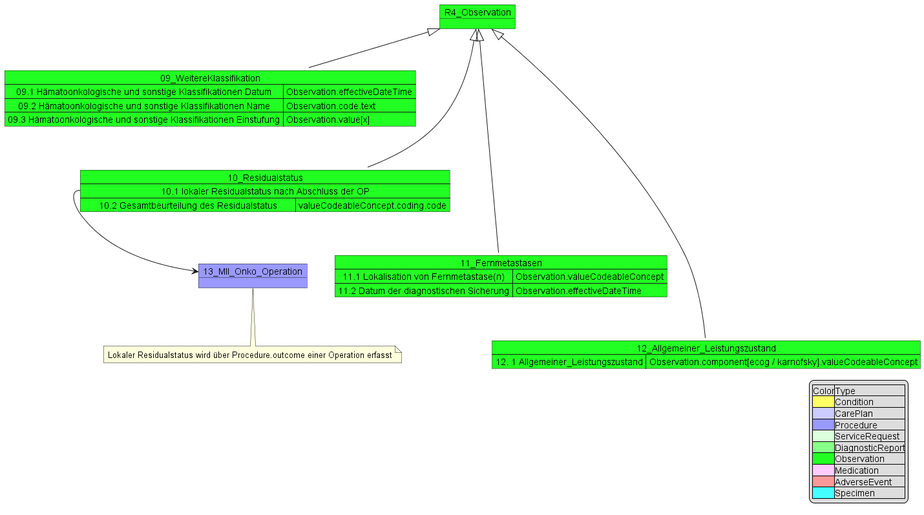
The PlantUML diagram input/images/MII_Onko_9-12_Observations.png in medizininformatik-initiative/kerndatensatzmodul-onkologie, before a commit.
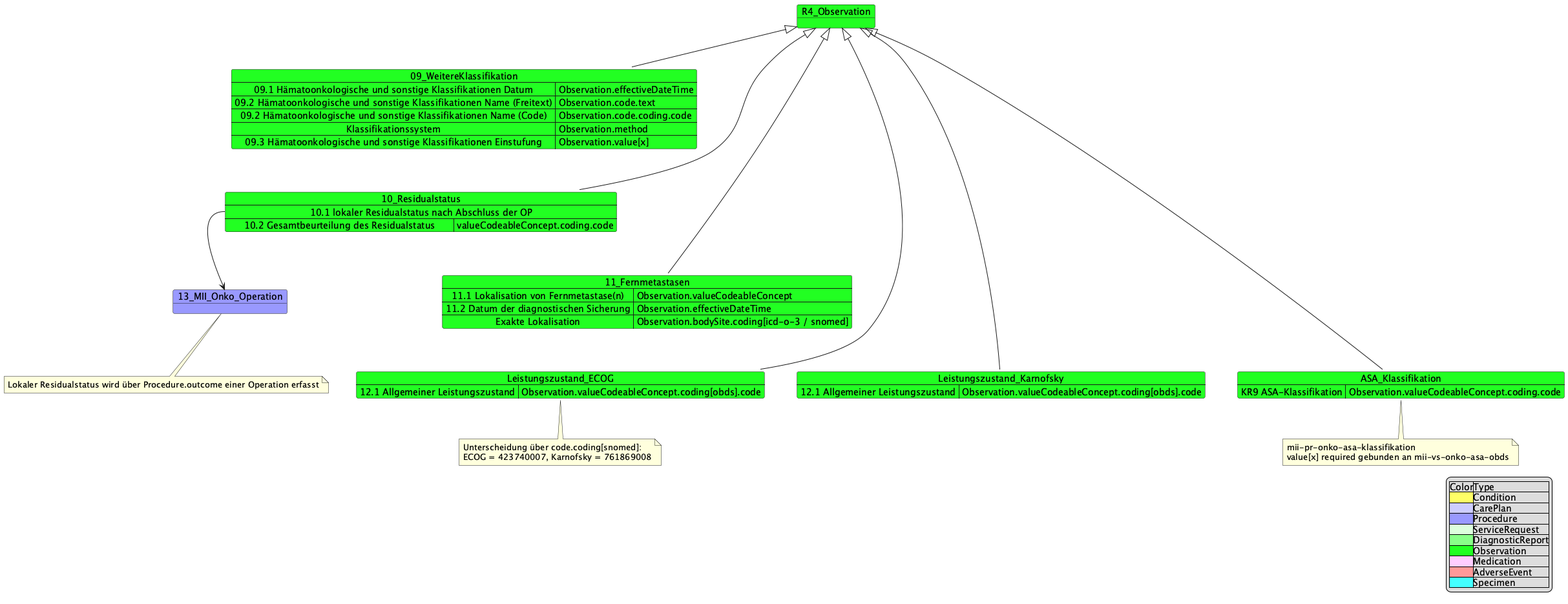
The same file after the commit.

Diff of the diagram source:
```diff
@@ -2,7 +2,9 @@
 object R4_Observation #22FF22
 Map 09_WeitereKlassifikation #22FF22 {
  09.1 Hämatoonkologische und sonstige Klassifikationen Datum => Observation.effectiveDateTime
- 09.2 Hämatoonkologische und sonstige Klassifikationen Name => Observation.code.text
+ 09.2 Hämatoonkologische und sonstige Klassifikationen Name (Freitext) => Observation.code.text
+ 09.2 Hämatoonkologische und sonstige Klassifikationen Name (Code) => Observation.code.coding.code
+ Klassifikationssystem => Observation.method
  09.3 Hämatoonkologische und sonstige Klassifikationen Einstufung => Observation.value[x]
 }
 R4_Observation <|-down- 09_WeitereKlassifikation
@@ -22,16 +24,35 @@
 Map 11_Fernmetastasen #22FF22{
     11.1 Lokalisation von Fernmetastase(n)  => Observation.valueCodeableConcept
     11.2 Datum der diagnostischen Sicherung => Observation.effectiveDateTime
-
+    Exakte Lokalisation => Observation.bodySite.coding[icd-o-3 / snomed]
 }
 R4_Observation <|-down--- 11_Fernmetastasen
 
 
-Map 12_Allgemeiner_Leistungszustand #22FF22{
-    12. 1 Allgemeiner_Leistungszustand => Observation.component[ecog / karnofsky].valueCodeableConcept
+Map Leistungszustand_ECOG #22FF22{
+    12.1 Allgemeiner Leistungszustand => Observation.valueCodeableConcept.coding[obds].code
+}
+R4_Observation <|-down---- Leistungszustand_ECOG
 
+Map Leistungszustand_Karnofsky #22FF22{
+    12.1 Allgemeiner Leistungszustand => Observation.valueCodeableConcept.coding[obds].code
 }
-R4_Observation <|-down---- 12_Allgemeiner_Leistungszustand
+R4_Observation <|-down---- Leistungszustand_Karnofsky
+
+note bottom of Leistungszustand_ECOG
+    Unterscheidung über code.coding[snomed]:
+    ECOG = 423740007, Karnofsky = 761869008
+end note
+
+Map ASA_Klassifikation #22FF22{
+    KR9 ASA-Klassifikation => Observation.valueCodeableConcept.coding.code
+}
+R4_Observation <|-down---- ASA_Klassifikation
+
+note bottom of ASA_Klassifikation
+    mii-pr-onko-asa-klassifikation
+    value[x] required gebunden an mii-vs-onko-asa-obds
+end note
 
 legend right
 |Color|Type|
```
